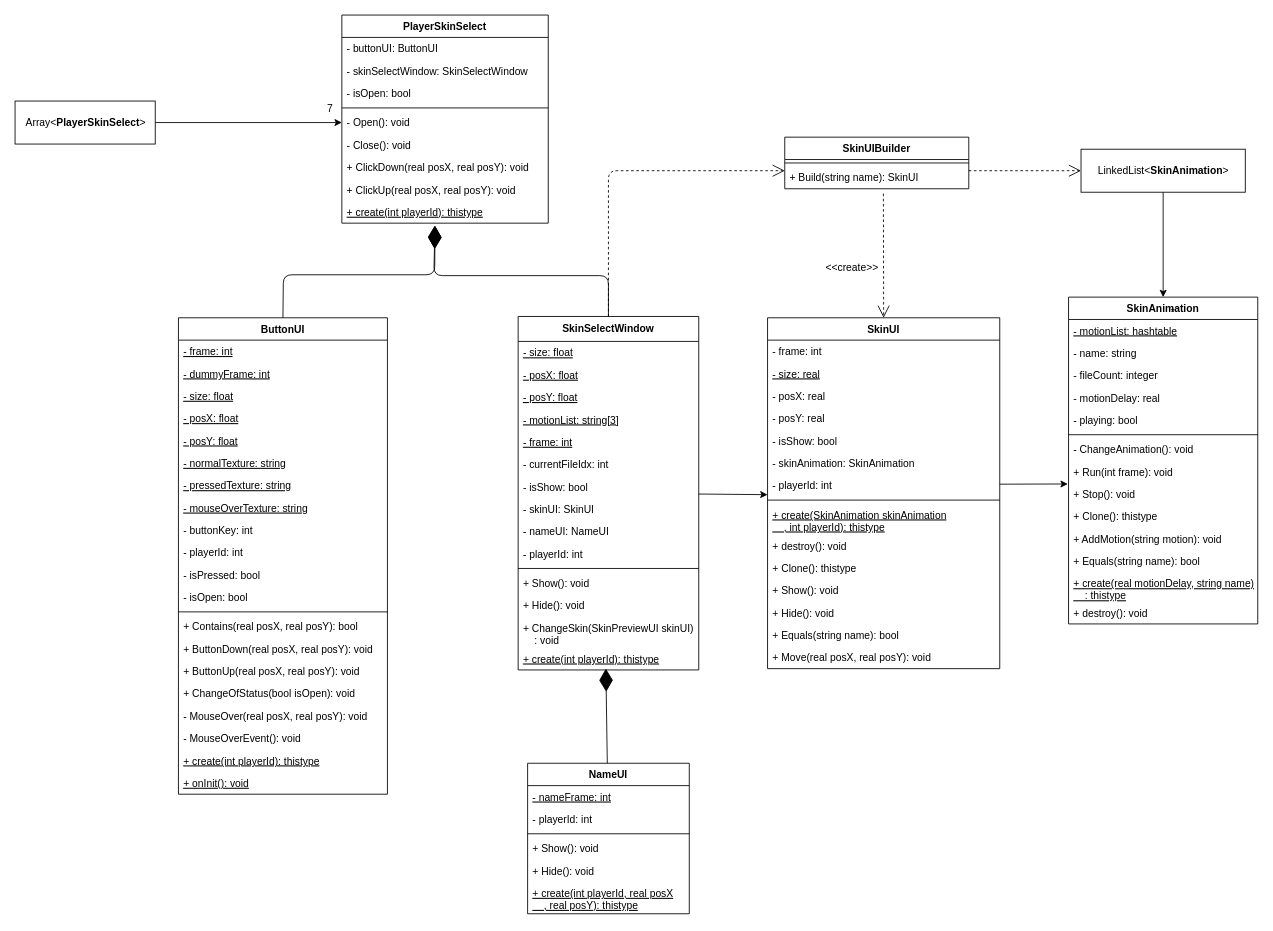
This is Diagram/SkinFrame.drawio from jsm150/OrangeMushroomStory, a draw.io file, before an edit. Source tidied: cells renumbered, new cells numbered last; positions are measured from the earlier drawing's top-left corner, leaving out a move shared by most shapes. Both pictures are drawn from the tidied source at 86%, with x=0, y=0 at pixel (15, 15).
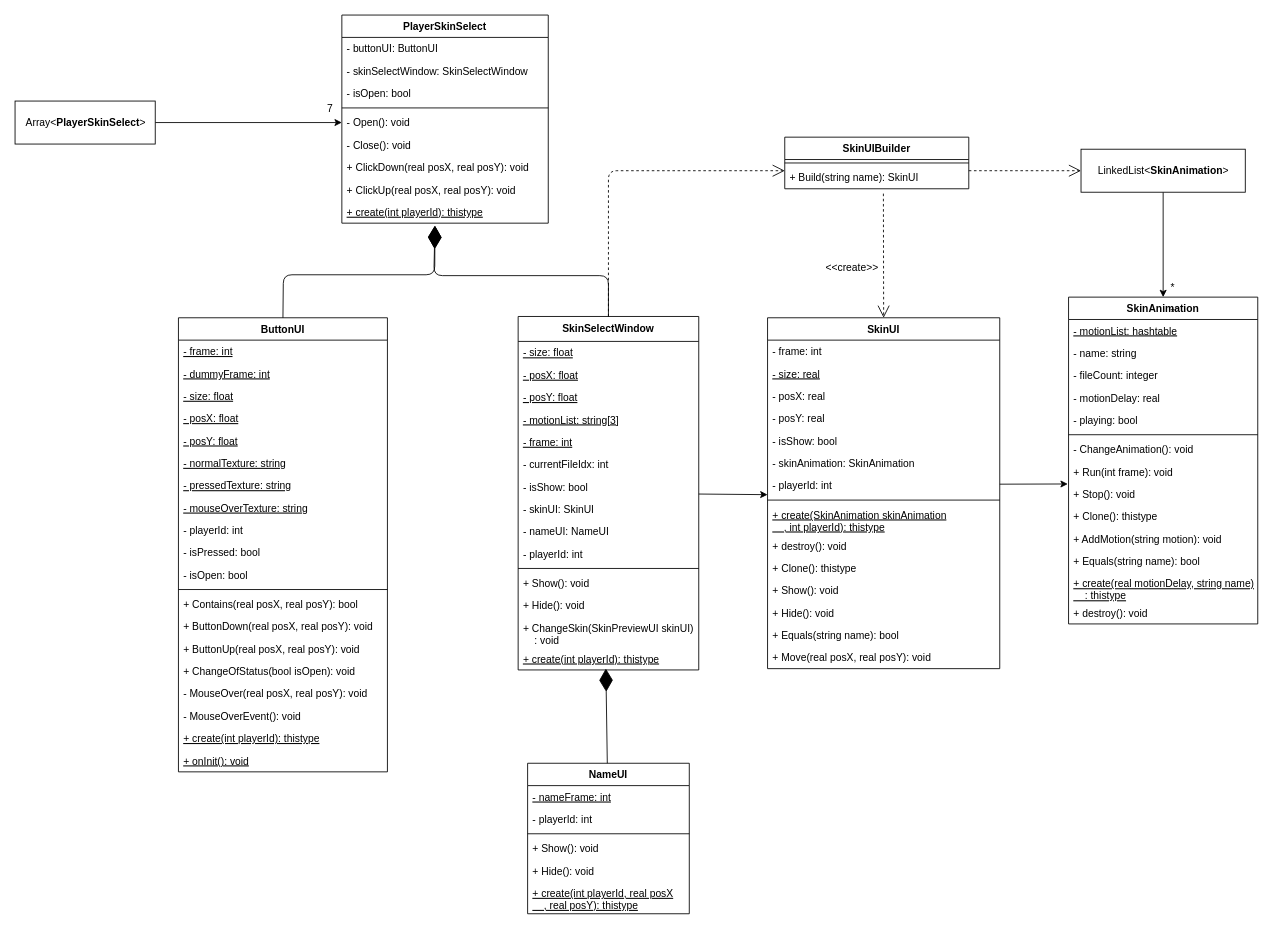
The same diagram, later.

The edit, as a diff of the source:
```diff
@@
     <mxCell id="51" value="ButtonUI" style="swimlane;fontStyle=1;align=center;verticalAlign=top;horizontal=1;startSize=26;" parent="1" vertex="1">
-      <mxGeometry x="190" y="352" width="243" height="554" as="geometry" />
+      <mxGeometry x="190" y="352" width="243" height="528" as="geometry" />
     </mxCell>
@@
-    <mxCell id="60" value="- buttonKey: int" style="text;strokeColor=none;fillColor=none;align=left;verticalAlign=top;spacingLeft=4;spacingRight=4;overflow=hidden;" parent="51" vertex="1">
-      <mxGeometry y="234" width="243" height="26" as="geometry" />
-    </mxCell>
     <mxCell id="61" value="- playerId: int" style="text;strokeColor=none;fillColor=none;align=left;verticalAlign=top;spacingLeft=4;spacingRight=4;overflow=hidden;" parent="51" vertex="1">
-      <mxGeometry y="260" width="243" height="26" as="geometry" />
+      <mxGeometry y="234" width="243" height="26" as="geometry" />
     </mxCell>
     <mxCell id="62" value="- isPressed: bool" style="text;strokeColor=none;fillColor=none;align=left;verticalAlign=top;spacingLeft=4;spacingRight=4;overflow=hidden;fontStyle=0;" parent="51" vertex="1">
-      <mxGeometry y="286" width="243" height="26" as="geometry" />
+      <mxGeometry y="260" width="243" height="26" as="geometry" />
     </mxCell>
     <mxCell id="63" value="- isOpen: bool" style="text;strokeColor=none;fillColor=none;align=left;verticalAlign=top;spacingLeft=4;spacingRight=4;overflow=hidden;fontStyle=0;" parent="51" vertex="1">
-      <mxGeometry y="312" width="243" height="26" as="geometry" />
+      <mxGeometry y="286" width="243" height="26" as="geometry" />
     </mxCell>
     <mxCell id="64" style="line;strokeWidth=1;fillColor=none;align=left;verticalAlign=middle;spacingTop=-1;spacingLeft=3;spacingRight=3;labelPosition=right;" parent="51" vertex="1">
-      <mxGeometry y="338" width="243" height="8" as="geometry" />
+      <mxGeometry y="312" width="243" height="8" as="geometry" />
     </mxCell>
     <mxCell id="65" value="+ Contains(real posX, real posY): bool" style="text;strokeColor=none;fillColor=none;align=left;verticalAlign=top;spacingLeft=4;spacingRight=4;overflow=hidden;" parent="51" vertex="1">
-      <mxGeometry y="346" width="243" height="26" as="geometry" />
+      <mxGeometry y="320" width="243" height="26" as="geometry" />
     </mxCell>
     <mxCell id="66" value="+ ButtonDown(real posX, real posY): void" style="text;strokeColor=none;fillColor=none;align=left;verticalAlign=top;spacingLeft=4;spacingRight=4;overflow=hidden;" parent="51" vertex="1">
-      <mxGeometry y="372" width="243" height="26" as="geometry" />
+      <mxGeometry y="346" width="243" height="26" as="geometry" />
     </mxCell>
     <mxCell id="67" value="+ ButtonUp(real posX, real posY): void" style="text;strokeColor=none;fillColor=none;align=left;verticalAlign=top;spacingLeft=4;spacingRight=4;overflow=hidden;" parent="51" vertex="1">
-      <mxGeometry y="398" width="243" height="26" as="geometry" />
+      <mxGeometry y="372" width="243" height="26" as="geometry" />
     </mxCell>
     <mxCell id="68" value="+ ChangeOfStatus(bool isOpen): void" style="text;strokeColor=none;fillColor=none;align=left;verticalAlign=top;spacingLeft=4;spacingRight=4;overflow=hidden;" parent="51" vertex="1">
-      <mxGeometry y="424" width="243" height="26" as="geometry" />
+      <mxGeometry y="398" width="243" height="26" as="geometry" />
     </mxCell>
     <mxCell id="69" value="- MouseOver(real posX, real posY): void" style="text;strokeColor=none;fillColor=none;align=left;verticalAlign=top;spacingLeft=4;spacingRight=4;overflow=hidden;" parent="51" vertex="1">
-      <mxGeometry y="450" width="243" height="26" as="geometry" />
+      <mxGeometry y="424" width="243" height="26" as="geometry" />
     </mxCell>
     <mxCell id="70" value="- MouseOverEvent(): void" style="text;strokeColor=none;fillColor=none;align=left;verticalAlign=top;spacingLeft=4;spacingRight=4;overflow=hidden;" parent="51" vertex="1">
-      <mxGeometry y="476" width="243" height="26" as="geometry" />
+      <mxGeometry y="450" width="243" height="26" as="geometry" />
     </mxCell>
     <mxCell id="71" value="+ create(int playerId): thistype" style="text;strokeColor=none;fillColor=none;align=left;verticalAlign=top;spacingLeft=4;spacingRight=4;overflow=hidden;fontStyle=4;" parent="51" vertex="1">
-      <mxGeometry y="502" width="243" height="26" as="geometry" />
+      <mxGeometry y="476" width="243" height="26" as="geometry" />
     </mxCell>
     <mxCell id="72" value="+ onInit(): void" style="text;strokeColor=none;fillColor=none;align=left;verticalAlign=top;spacingLeft=4;spacingRight=4;overflow=hidden;fontStyle=4;" parent="51" vertex="1">
-      <mxGeometry y="528" width="243" height="26" as="geometry" />
+      <mxGeometry y="502" width="243" height="26" as="geometry" />
     </mxCell>
@@
+    <mxCell id="106" value="*" style="text;html=1;align=center;verticalAlign=middle;strokeColor=none;fillColor=none;" parent="1" vertex="1">
+      <mxGeometry x="1338" y="308" width="15" height="18" as="geometry" />
+    </mxCell>
```
